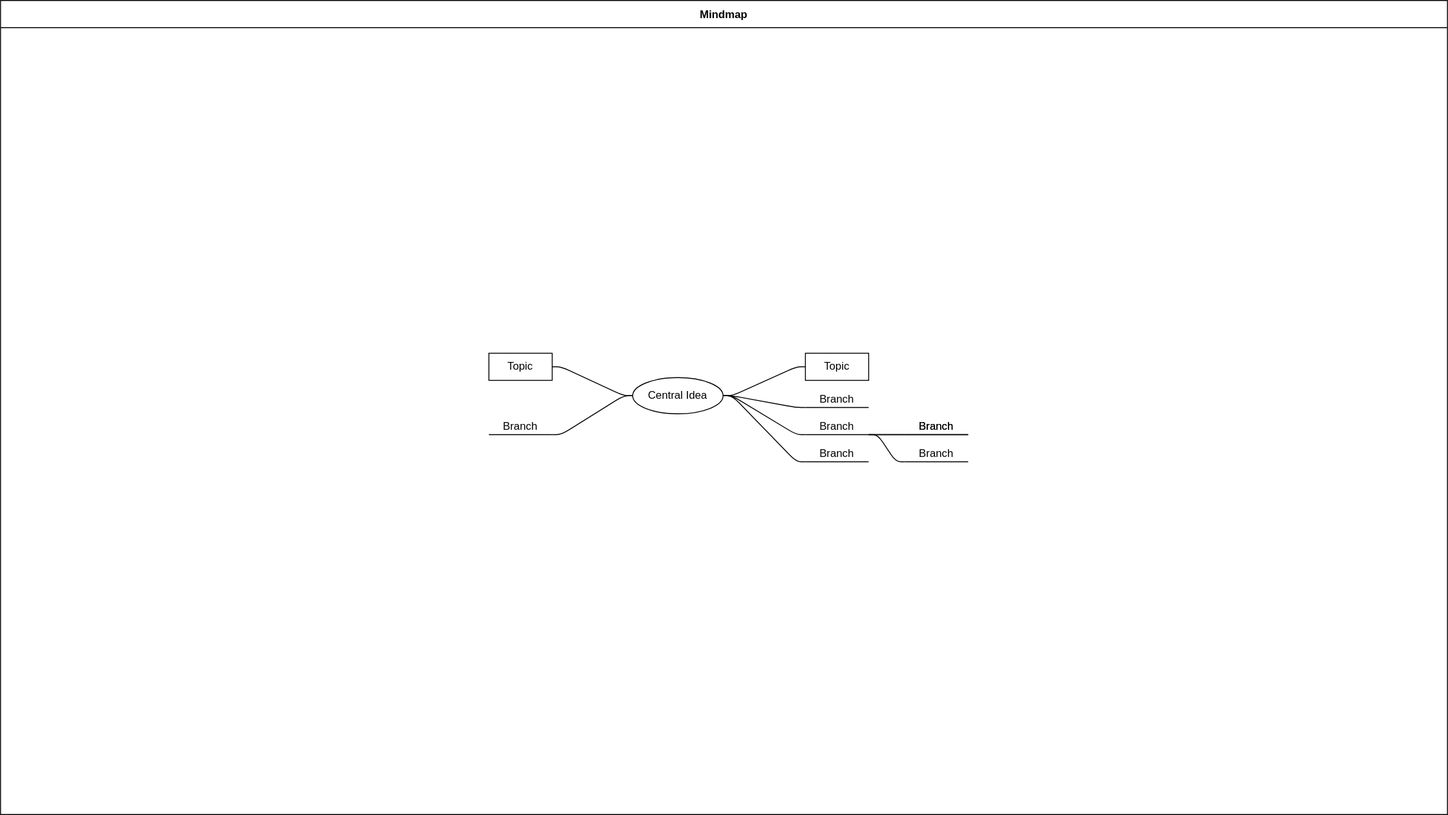
Above: src/new.svg in pegandoasmanhas/.init (draw.io), before the change. Source tidied: cells renumbered, new cells last; positions are measured from the earlier drawing's top-left corner, leaving out a move shared by most shapes.
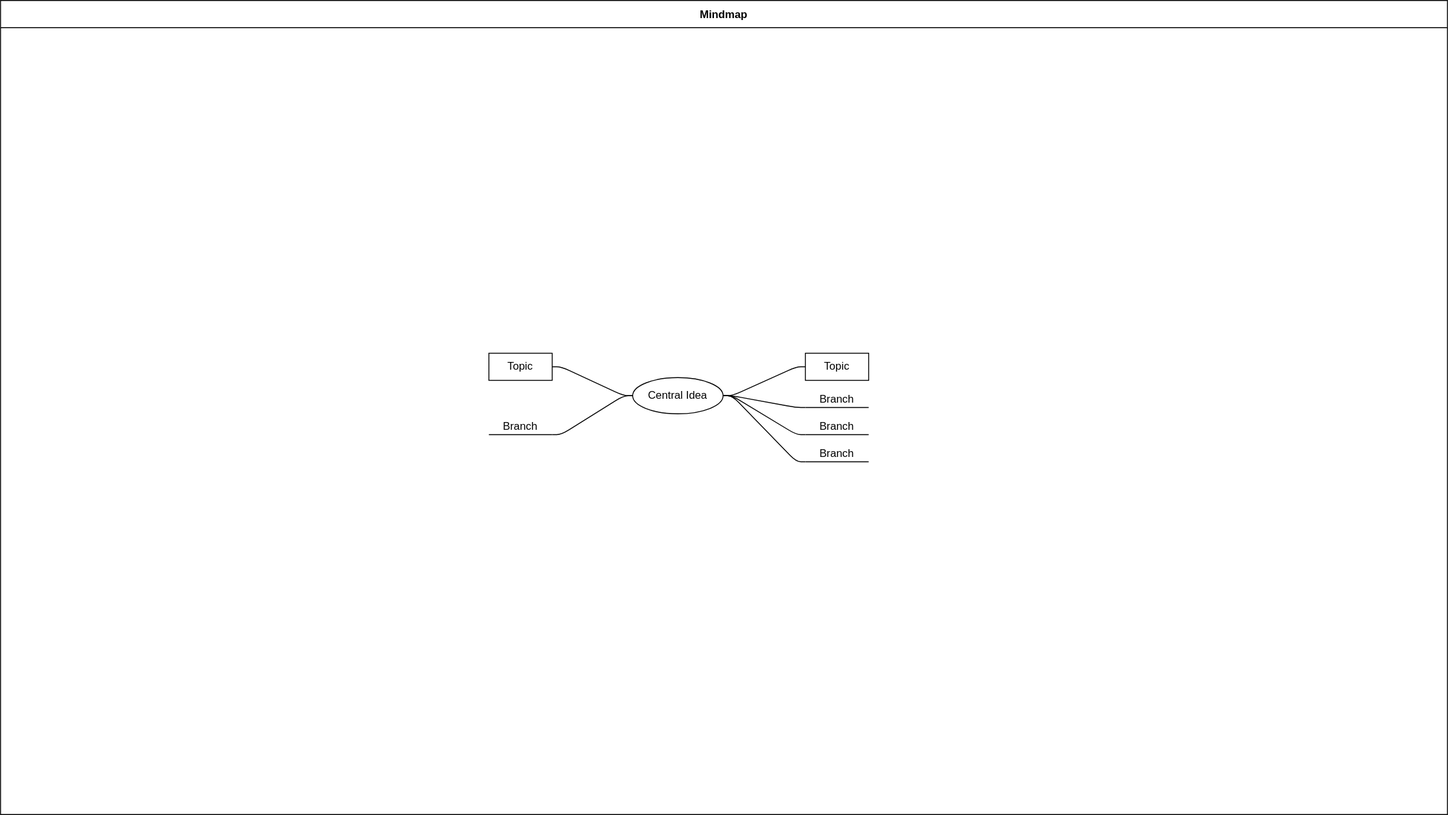
Later version of the same file.

The edit, as a diff of the source:
```diff
@@ -38,24 +38,6 @@
     <mxCell id="13" value="Branch" style="whiteSpace=wrap;html=1;shape=partialRectangle;top=0;left=0;bottom=1;right=0;points=[[0,1],[1,1]];fillColor=none;align=center;verticalAlign=bottom;routingCenterY=0.5;snapToPoint=1;newEdgeStyle={&quot;edgeStyle&quot;:&quot;entityRelationEdgeStyle&quot;,&quot;startArrow&quot;:&quot;none&quot;,&quot;endArrow&quot;:&quot;none&quot;,&quot;segment&quot;:10,&quot;curved&quot;:1};" parent="2" vertex="1">
       <mxGeometry x="890" y="490" width="70" height="20" as="geometry" />
     </mxCell>
-    <mxCell id="14" style="edgeStyle=entityRelationEdgeStyle;startArrow=none;endArrow=none;segment=10;" parent="2" edge="1" source="9" target="15">
-      <mxGeometry relative="1" as="geometry" />
-    </mxCell>
-    <mxCell id="15" value="Branch" style="whiteSpace=wrap;html=1;shape=partialRectangle;top=0;left=0;bottom=1;right=0;points=[[0,1],[1,1]];fillColor=none;align=center;verticalAlign=bottom;routingCenterY=0.5;snapToPoint=1;newEdgeStyle={&quot;edgeStyle&quot;:&quot;entityRelationEdgeStyle&quot;,&quot;startArrow&quot;:&quot;none&quot;,&quot;endArrow&quot;:&quot;none&quot;,&quot;segment&quot;:10,&quot;curved&quot;:1};" parent="2" vertex="1">
-      <mxGeometry x="1000" y="460" width="70" height="20" as="geometry" />
-    </mxCell>
-    <mxCell id="16" style="edgeStyle=entityRelationEdgeStyle;startArrow=none;endArrow=none;segment=10;" parent="2" edge="1" source="9" target="17">
-      <mxGeometry relative="1" as="geometry" />
-    </mxCell>
-    <mxCell id="17" value="Branch" style="whiteSpace=wrap;html=1;shape=partialRectangle;top=0;left=0;bottom=1;right=0;points=[[0,1],[1,1]];fillColor=none;align=center;verticalAlign=bottom;routingCenterY=0.5;snapToPoint=1;newEdgeStyle={&quot;edgeStyle&quot;:&quot;entityRelationEdgeStyle&quot;,&quot;startArrow&quot;:&quot;none&quot;,&quot;endArrow&quot;:&quot;none&quot;,&quot;segment&quot;:10,&quot;curved&quot;:1};" parent="2" vertex="1">
-      <mxGeometry x="1000" y="460" width="70" height="20" as="geometry" />
-    </mxCell>
-    <mxCell id="18" style="edgeStyle=entityRelationEdgeStyle;startArrow=none;endArrow=none;segment=10;" parent="2" edge="1" source="9" target="19">
-      <mxGeometry relative="1" as="geometry" />
-    </mxCell>
-    <mxCell id="19" value="Branch" style="whiteSpace=wrap;html=1;shape=partialRectangle;top=0;left=0;bottom=1;right=0;points=[[0,1],[1,1]];fillColor=none;align=center;verticalAlign=bottom;routingCenterY=0.5;snapToPoint=1;newEdgeStyle={&quot;edgeStyle&quot;:&quot;entityRelationEdgeStyle&quot;,&quot;startArrow&quot;:&quot;none&quot;,&quot;endArrow&quot;:&quot;none&quot;,&quot;segment&quot;:10,&quot;curved&quot;:1};" parent="2" vertex="1">
-      <mxGeometry x="1000" y="490" width="70" height="20" as="geometry" />
-    </mxCell>
     <mxCell id="20" style="edgeStyle=entityRelationEdgeStyle;startArrow=none;endArrow=none;segment=10;" parent="2" edge="1" source="5" target="21">
       <mxGeometry relative="1" as="geometry" />
     </mxCell>
```
